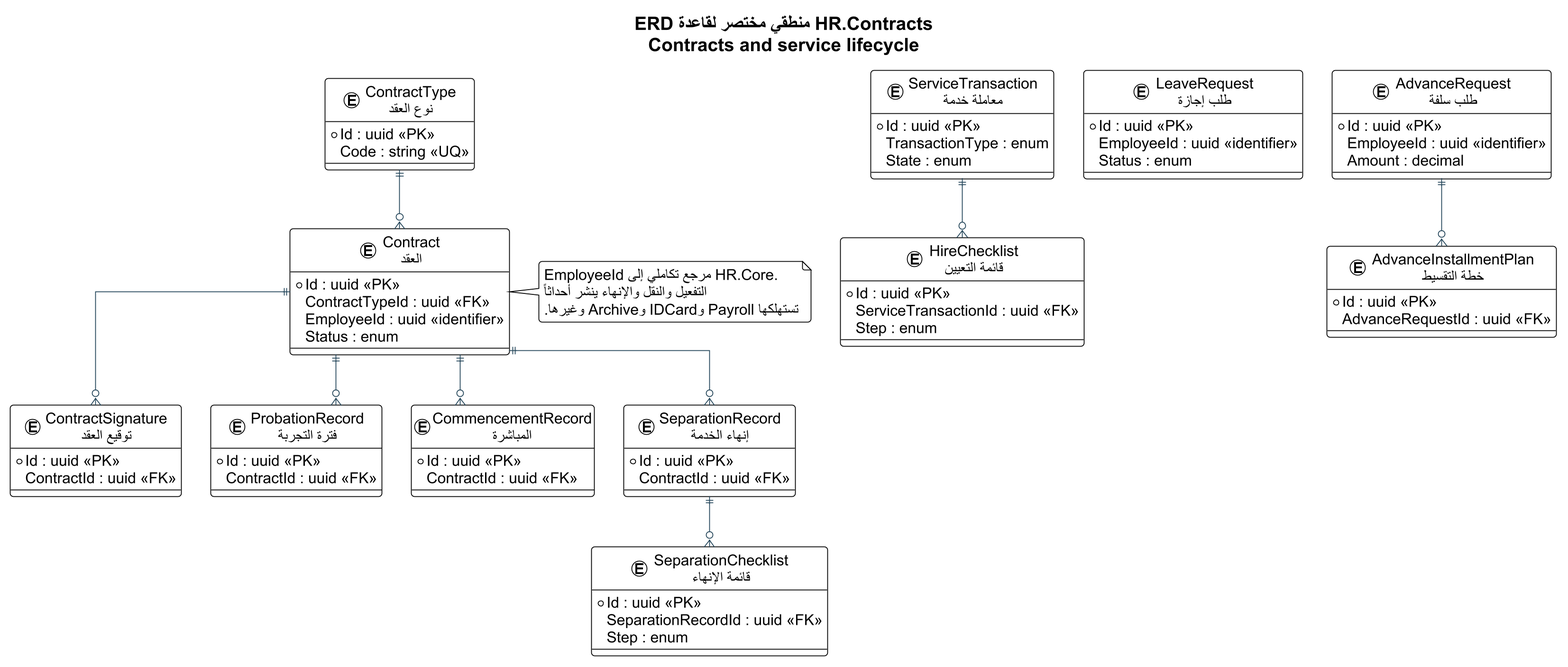
The PlantUML diagram docs/thesis_diagrams/rendered/28_database_contracts.png in omardefdev/HRManagement, before a commit.
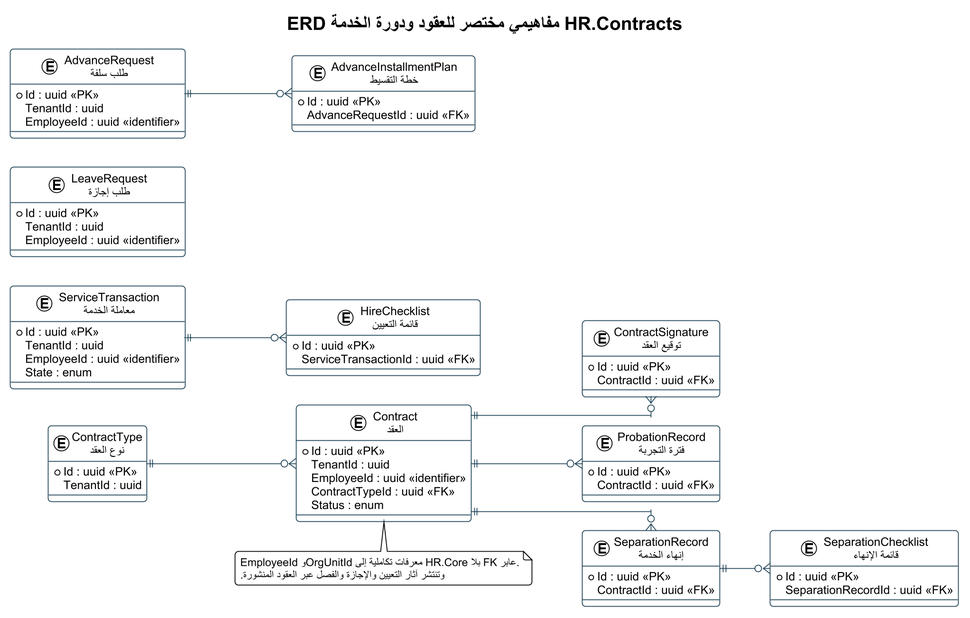
Later version of the same file.

The edit, as a diff of the source:
```diff
@@ -2,26 +2,38 @@
 !theme plain
 skinparam backgroundColor #FFFFFF
 skinparam defaultFontName Arial
-skinparam defaultFontSize 18
 skinparam shadowing false
 skinparam roundcorner 8
 skinparam linetype ortho
 skinparam dpi 170
 skinparam ArrowColor #24465A
-skinparam EntityBorderColor #0F6B73
-skinparam EntityBackgroundColor #F4FAFA
+skinparam ActorBorderColor #0F6B73
+skinparam ActorBackgroundColor #E6F3F3
+skinparam UsecaseBorderColor #0F6B73
+skinparam UsecaseBackgroundColor #F4FAFA
+skinparam RectangleBorderColor #24465A
+skinparam RectangleBackgroundColor #F8FBFC
+skinparam ComponentBorderColor #24465A
+skinparam ComponentBackgroundColor #F4F7F8
+skinparam ClassBorderColor #24465A
+skinparam ClassBackgroundColor #F8FBFC
+skinparam SequenceLifeLineBorderColor #78909C
+skinparam SequenceParticipantBorderColor #24465A
+skinparam SequenceParticipantBackgroundColor #F4F7F8
 
-title "ERD منطقي مختصر لقاعدة HR.Contracts\nContracts and service lifecycle"
+title ERD مفاهيمي مختصر للعقود ودورة الخدمة HR.Contracts
+left to right direction
 
+entity "Contract\nالعقد" as Contract {
+  * Id : uuid <<PK>>
+  TenantId : uuid
+  EmployeeId : uuid <<identifier>>
+  ContractTypeId : uuid <<FK>>
+  Status : enum
+}
 entity "ContractType\nنوع العقد" as ContractType {
   * Id : uuid <<PK>>
-  Code : string <<UQ>>
-}
-entity "Contract\nالعقد" as Contract {
-  * Id : uuid <<PK>>
-  ContractTypeId : uuid <<FK>>
-  EmployeeId : uuid <<identifier>>
-  Status : enum
+  TenantId : uuid
 }
 entity "ContractSignature\nتوقيع العقد" as Signature {
   * Id : uuid <<PK>>
@@ -31,19 +43,15 @@
   * Id : uuid <<PK>>
   ContractId : uuid <<FK>>
 }
-entity "CommencementRecord\nالمباشرة" as Commencement {
+entity "ServiceTransaction\nمعاملة الخدمة" as ServiceTx {
   * Id : uuid <<PK>>
-  ContractId : uuid <<FK>>
-}
-entity "ServiceTransaction\nمعاملة خدمة" as Transaction {
-  * Id : uuid <<PK>>
-  TransactionType : enum
+  TenantId : uuid
+  EmployeeId : uuid <<identifier>>
   State : enum
 }
 entity "HireChecklist\nقائمة التعيين" as HireChecklist {
   * Id : uuid <<PK>>
   ServiceTransactionId : uuid <<FK>>
-  Step : enum
 }
 entity "SeparationRecord\nإنهاء الخدمة" as Separation {
   * Id : uuid <<PK>>
@@ -52,17 +60,16 @@
 entity "SeparationChecklist\nقائمة الإنهاء" as SeparationChecklist {
   * Id : uuid <<PK>>
   SeparationRecordId : uuid <<FK>>
-  Step : enum
 }
 entity "LeaveRequest\nطلب إجازة" as Leave {
   * Id : uuid <<PK>>
+  TenantId : uuid
   EmployeeId : uuid <<identifier>>
-  Status : enum
 }
 entity "AdvanceRequest\nطلب سلفة" as Advance {
   * Id : uuid <<PK>>
+  TenantId : uuid
   EmployeeId : uuid <<identifier>>
-  Amount : decimal
 }
 entity "AdvanceInstallmentPlan\nخطة التقسيط" as Installment {
   * Id : uuid <<PK>>
@@ -72,15 +79,13 @@
 ContractType ||--o{ Contract
 Contract ||--o{ Signature
 Contract ||--o{ Probation
-Contract ||--o{ Commencement
 Contract ||--o{ Separation
-Transaction ||--o{ HireChecklist
+ServiceTx ||--o{ HireChecklist
 Separation ||--o{ SeparationChecklist
 Advance ||--o{ Installment
 
-note right of Contract
-EmployeeId مرجع تكاملي إلى HR.Core.
-التفعيل والنقل والإنهاء ينشر أحداثاً
-تستهلكها Payroll وIDCard وArchive وغيرها.
+note bottom of Contract
+EmployeeId وOrgUnitId معرفات تكاملية إلى HR.Core بلا FK عابر.
+وتنتشر آثار التعيين والإجازة والفصل عبر العقود المنشورة.
 end note
 @enduml
```
